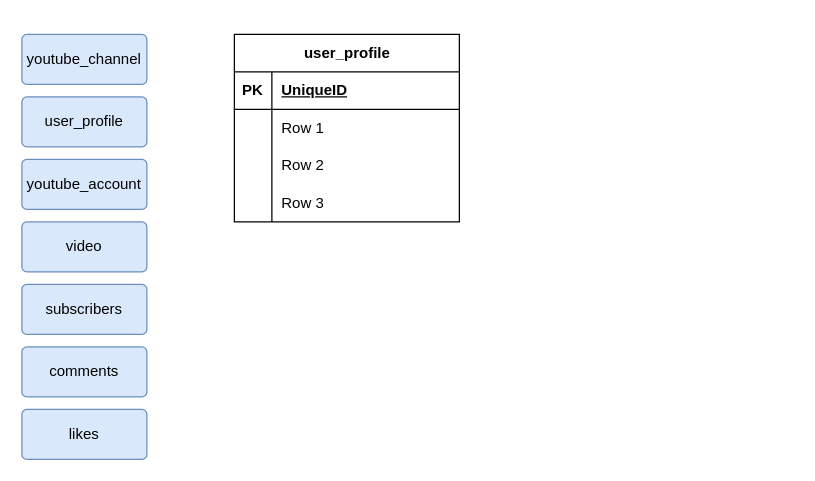
Before: YouTube Database Design.drawio in RenSu92/PHP_osnove, a draw.io diagram. Source tidied: cells renumbered, new cells numbered last; positions are measured from the earlier drawing's top-left corner, leaving out a move shared by most shapes. Both pictures are drawn from the tidied source at 125%, with x=0, y=0 at pixel (21, 34).
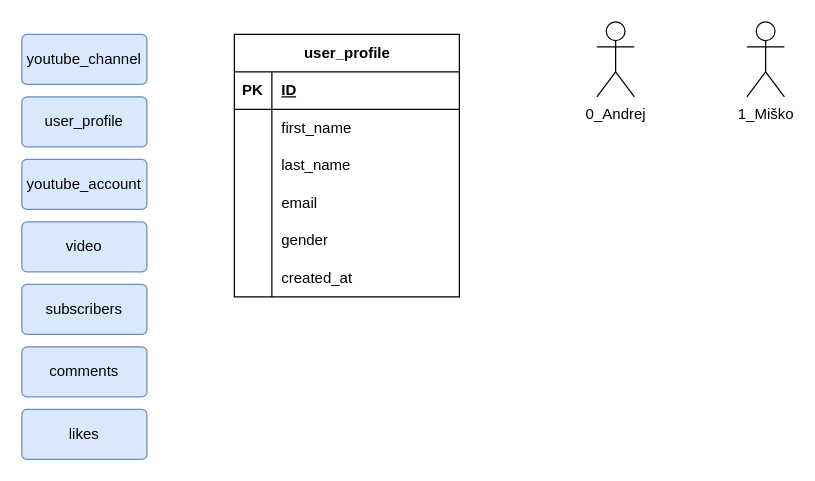
After the change.

The change refers to these unchanged cells:
```xml
<mxCell id="10" style="shape=tableRow;horizontal=0;startSize=0;swimlaneHead=0;swimlaneBody=0;fillColor=none;top=0;left=0;right=0;bottom=1;" parent="9" vertex="1">
  <mxGeometry y="30" width="180" height="30" as="geometry" />
</mxCell>
<mxCell id="13" style="shape=tableRow;horizontal=0;startSize=0;swimlaneHead=0;swimlaneBody=0;fillColor=none;top=0;left=0;right=0;bottom=0;" parent="9" vertex="1">
  <mxGeometry y="60" width="180" height="30" as="geometry" />
</mxCell>
<mxCell id="16" style="shape=tableRow;horizontal=0;startSize=0;swimlaneHead=0;swimlaneBody=0;fillColor=none;top=0;left=0;right=0;bottom=0;" parent="9" vertex="1">
  <mxGeometry y="90" width="180" height="30" as="geometry" />
</mxCell>
<mxCell id="19" style="shape=tableRow;horizontal=0;startSize=0;swimlaneHead=0;swimlaneBody=0;fillColor=none;top=0;left=0;right=0;bottom=0;" parent="9" vertex="1">
  <mxGeometry y="120" width="180" height="30" as="geometry" />
</mxCell>
```

Diff of the diagram source:
```diff
@@
     <mxCell id="9" value="user_profile" style="shape=table;startSize=30;childLayout=tableLayout;rowLines=0;fontStyle=1;align=center;html=1;" parent="1" vertex="1">
-      <mxGeometry x="170" width="180" height="150" as="geometry" />
+      <mxGeometry x="170" width="180" height="210" as="geometry" />
     </mxCell>
@@
-    <mxCell id="12" value="UniqueID" style="shape=partialRectangle;fillColor=none;top=0;left=0;bottom=0;right=0;align=left;spacingLeft=6;fontStyle=5;overflow=hidden;whiteSpace=wrap;html=1;" parent="10" vertex="1">
+    <mxCell id="12" value="ID" style="shape=partialRectangle;fillColor=none;top=0;left=0;bottom=0;right=0;align=left;spacingLeft=6;fontStyle=5;overflow=hidden;whiteSpace=wrap;html=1;" parent="10" vertex="1">
       <mxGeometry x="30" width="150" height="30" as="geometry" />
     </mxCell>
@@
-    <mxCell id="15" value="Row 1" style="shape=partialRectangle;fillColor=none;top=0;left=0;bottom=0;right=0;align=left;spacingLeft=6;overflow=hidden;whiteSpace=wrap;html=1;" parent="13" vertex="1">
+    <mxCell id="15" value="first_name" style="shape=partialRectangle;fillColor=none;top=0;left=0;bottom=0;right=0;align=left;spacingLeft=6;overflow=hidden;whiteSpace=wrap;html=1;" parent="13" vertex="1">
       <mxGeometry x="30" width="150" height="30" as="geometry" />
     </mxCell>
@@
-    <mxCell id="18" value="Row 2" style="shape=partialRectangle;fillColor=none;top=0;left=0;bottom=0;right=0;align=left;spacingLeft=6;overflow=hidden;whiteSpace=wrap;html=1;" parent="16" vertex="1">
+    <mxCell id="18" value="last_name" style="shape=partialRectangle;fillColor=none;top=0;left=0;bottom=0;right=0;align=left;spacingLeft=6;overflow=hidden;whiteSpace=wrap;html=1;" parent="16" vertex="1">
       <mxGeometry x="30" width="150" height="30" as="geometry" />
     </mxCell>
@@
-    <mxCell id="21" value="Row 3" style="shape=partialRectangle;fillColor=none;top=0;left=0;bottom=0;right=0;align=left;spacingLeft=6;overflow=hidden;whiteSpace=wrap;html=1;" parent="19" vertex="1">
+    <mxCell id="21" value="email" style="shape=partialRectangle;fillColor=none;top=0;left=0;bottom=0;right=0;align=left;spacingLeft=6;overflow=hidden;whiteSpace=wrap;html=1;" parent="19" vertex="1">
       <mxGeometry x="30" width="150" height="30" as="geometry" />
     </mxCell>
+    <mxCell id="22" style="shape=tableRow;horizontal=0;startSize=0;swimlaneHead=0;swimlaneBody=0;fillColor=none;top=0;left=0;right=0;bottom=0;" parent="9" vertex="1">
+      <mxGeometry y="150" width="180" height="30" as="geometry" />
+    </mxCell>
+    <mxCell id="23" style="shape=partialRectangle;fillColor=none;top=0;left=0;bottom=0;right=0;overflow=hidden;whiteSpace=wrap;html=1;" parent="22" vertex="1">
+      <mxGeometry width="30" height="30" as="geometry" />
+    </mxCell>
+    <mxCell id="24" value="gender" style="shape=partialRectangle;fillColor=none;top=0;left=0;bottom=0;right=0;align=left;spacingLeft=6;overflow=hidden;whiteSpace=wrap;html=1;" parent="22" vertex="1">
+      <mxGeometry x="30" width="150" height="30" as="geometry" />
+    </mxCell>
+    <mxCell id="25" style="shape=tableRow;horizontal=0;startSize=0;swimlaneHead=0;swimlaneBody=0;fillColor=none;top=0;left=0;right=0;bottom=0;" parent="9" vertex="1">
+      <mxGeometry y="180" width="180" height="30" as="geometry" />
+    </mxCell>
+    <mxCell id="26" style="shape=partialRectangle;fillColor=none;top=0;left=0;bottom=0;right=0;overflow=hidden;whiteSpace=wrap;html=1;" parent="25" vertex="1">
+      <mxGeometry width="30" height="30" as="geometry" />
+    </mxCell>
+    <mxCell id="27" value="created_at" style="shape=partialRectangle;fillColor=none;top=0;left=0;bottom=0;right=0;align=left;spacingLeft=6;overflow=hidden;whiteSpace=wrap;html=1;" parent="25" vertex="1">
+      <mxGeometry x="30" width="150" height="30" as="geometry" />
+    </mxCell>
+    <mxCell id="28" value="0_Andrej" style="shape=umlActor;verticalLabelPosition=bottom;verticalAlign=top;html=1;" parent="1" vertex="1">
+      <mxGeometry x="460" y="-10" width="30" height="60" as="geometry" />
+    </mxCell>
+    <mxCell id="29" value="1_Miško" style="shape=umlActor;verticalLabelPosition=bottom;verticalAlign=top;html=1;" parent="1" vertex="1">
+      <mxGeometry x="580" y="-10" width="30" height="60" as="geometry" />
+    </mxCell>
```
